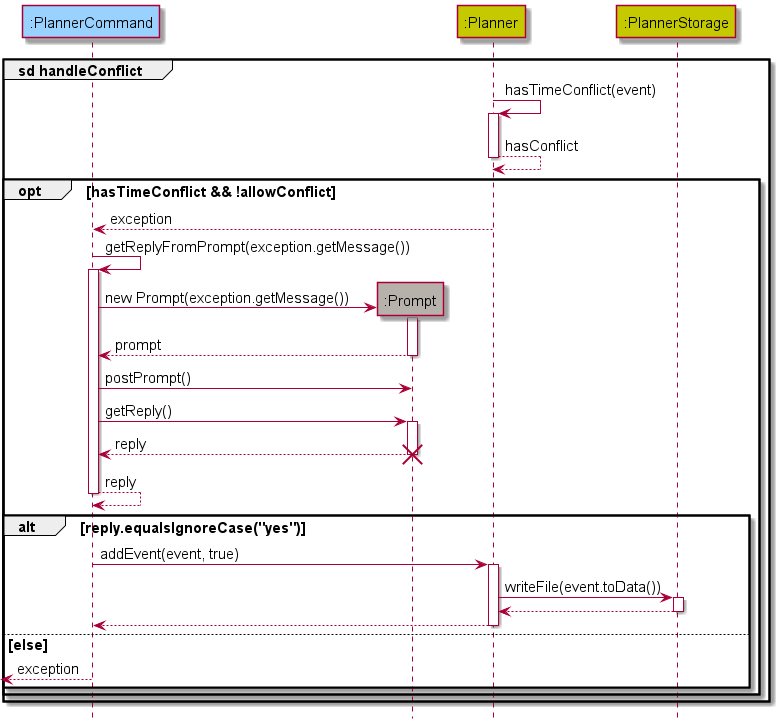
Earlier version of the PlantUML export docs/assets/images/PlannerAddSequenceDiagram2.png (shyamgj1900/tp).
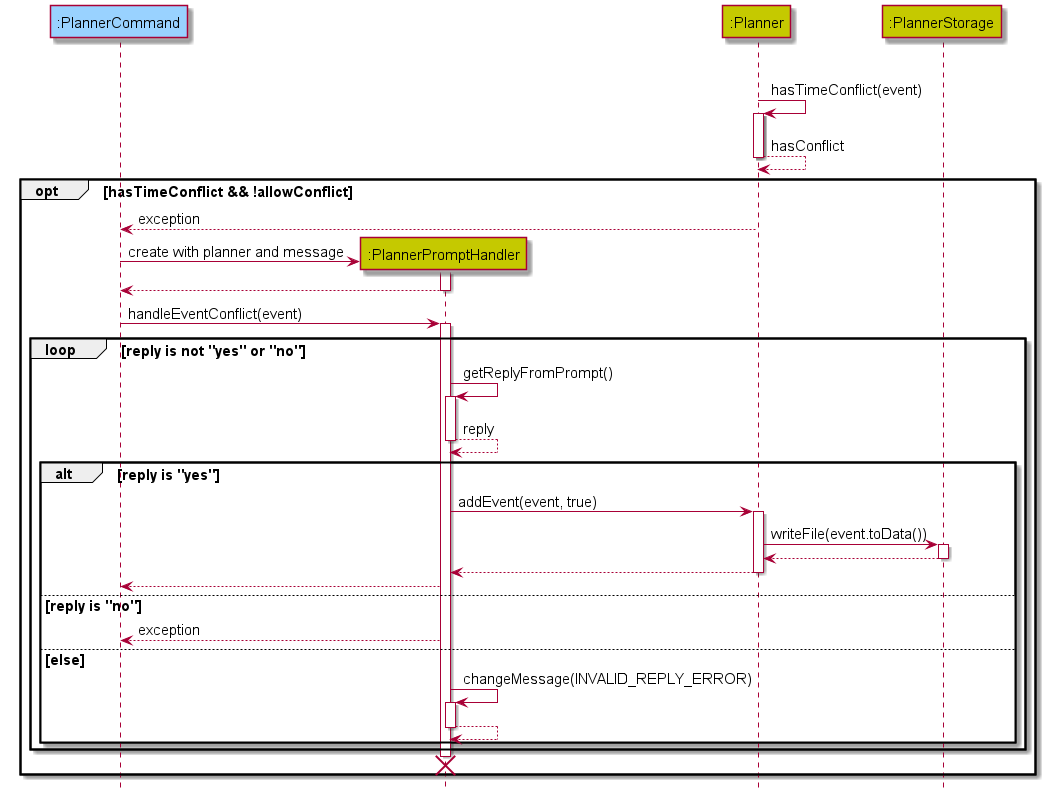
Above is the later version.

Commit message:
Various diagram and DG updates according to design revamp

Diff of the diagram source:
```diff
@@ -5,7 +5,7 @@
 hide footbox
 
 participant ":PlannerCommand" as plc COMMANDS_COLOR
-participant ":Prompt" as prompt UTIL_COLOR
+participant ":PlannerPromptHandler" as prompt PLANNER_COLOR
 participant ":Planner" as planner PLANNER_COLOR
 participant ":PlannerStorage" as pls PLANNER_COLOR
 
@@ -21,32 +21,27 @@
 
 planner --> plc : exception
 
-plc -> plc : getReplyFromPrompt(exception.getMessage())
-activate plc
-
 create prompt
-plc -> prompt : new Prompt(exception.getMessage())
+plc -> prompt : create with planner and message
 activate prompt
 
-prompt --> plc : prompt
+prompt --> plc
 deactivate prompt
 
-plc -> prompt : postPrompt()
-
-plc -> prompt : getReply()
+plc -> prompt : handleEventConflict(event)
 activate prompt
 
-prompt --> plc : reply
+loop reply is not "yes" or "no"
+
+prompt -> prompt : getReplyFromPrompt()
+activate prompt
+
+prompt --> prompt : reply
 deactivate prompt
 
-destroy prompt
+alt reply is "yes"
 
-plc --> plc : reply
-deactivate plc
-
-alt reply.equalsIgnoreCase("yes")
-
-plc -> planner : addEvent(event, true)
+prompt -> planner : addEvent(event, true)
 activate planner
 
 planner -> pls : writeFile(event.toData())
@@ -55,15 +50,30 @@
 pls --> planner
 deactivate pls
 
-planner --> plc
+planner --> prompt
 deactivate planner
+
+prompt --> plc
+
+else reply is "no"
+
+prompt --> plc : exception
 
 else else
 
-plc-->[ : exception
+prompt -> prompt : changeMessage(INVALID_REPLY_ERROR)
+activate prompt
+
+prompt --> prompt
+deactivate prompt
 
 end
+
 end
+
+deactivate prompt
+destroy prompt
+
 end
 
 @enduml
```
